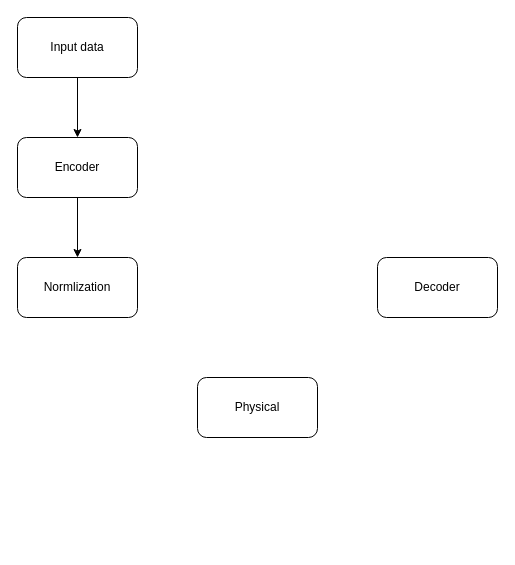
Earlier version of the draw.io diagram eric Diagram.drawio (eric693/helloworld). Source tidied: cells renumbered, new cells numbered last; positions are measured from the earlier drawing's top-left corner, leaving out a move shared by most shapes. Both pictures are drawn from the tidied source at 100%, with x=0, y=0 at pixel (17, 17).
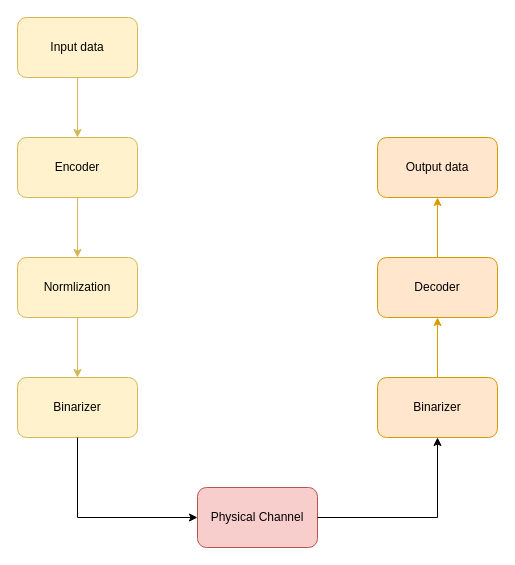
The same page after the edit.

Change to the diagram source:
```diff
@@
-    <mxCell id="2" style="edgeStyle=orthogonalEdgeStyle;rounded=0;jettySize=auto;html=1;" parent="1" edge="1" source="3" target="4">
+    <mxCell id="2" style="edgeStyle=orthogonalEdgeStyle;rounded=0;jettySize=auto;html=1;fillColor=#fff2cc;strokeColor=#d6b656;" parent="1" edge="1" source="3" target="4">
       <mxGeometry relative="1" as="geometry" />
     </mxCell>
-    <mxCell id="3" value="Encoder" style="rounded=1;whiteSpace=wrap;html=1;" parent="1" vertex="1">
+    <mxCell id="3" value="Encoder" style="rounded=1;whiteSpace=wrap;html=1;fillColor=#fff2cc;strokeColor=#d6b656;" parent="1" vertex="1">
       <mxGeometry y="120" width="120" height="60" as="geometry" />
     </mxCell>
+    <mxCell id="9" style="edgeStyle=orthogonalEdgeStyle;rounded=0;jettySize=auto;html=1;fillColor=#fff2cc;strokeColor=#d6b656;" parent="1" edge="1" source="4" target="11">
+      <mxGeometry relative="1" as="geometry" />
+    </mxCell>
-    <mxCell id="4" value="Normlization" style="rounded=1;whiteSpace=wrap;html=1;" parent="1" vertex="1">
+    <mxCell id="4" value="Normlization" style="rounded=1;whiteSpace=wrap;html=1;fillColor=#fff2cc;strokeColor=#d6b656;" parent="1" vertex="1">
       <mxGeometry y="240" width="120" height="60" as="geometry" />
     </mxCell>
-    <mxCell id="5" value="Physical" style="rounded=1;whiteSpace=wrap;html=1;" parent="1" vertex="1">
-      <mxGeometry x="180" y="360" width="120" height="60" as="geometry" />
+    <mxCell id="5" value="Physical Channel" style="rounded=1;whiteSpace=wrap;html=1;fillColor=#f8cecc;strokeColor=#b85450;" parent="1" vertex="1">
+      <mxGeometry x="180" y="470" width="120" height="60" as="geometry" />
     </mxCell>
+    <mxCell id="10" style="edgeStyle=orthogonalEdgeStyle;rounded=0;jettySize=auto;html=1;fillColor=#ffe6cc;strokeColor=#d79b00;" parent="1" edge="1" source="6" target="17">
+      <mxGeometry relative="1" as="geometry" />
+    </mxCell>
-    <mxCell id="6" value="Decoder" style="rounded=1;whiteSpace=wrap;html=1;" parent="1" vertex="1">
-      <mxGeometry x="360" y="240" width="120" height="60" as="geometry" />
+    <mxCell id="6" value="Binarizer" style="rounded=1;whiteSpace=wrap;html=1;fillColor=#ffe6cc;strokeColor=#d79b00;" parent="1" vertex="1">
+      <mxGeometry x="360" y="360" width="120" height="60" as="geometry" />
     </mxCell>
-    <mxCell id="7" style="edgeStyle=orthogonalEdgeStyle;rounded=0;jettySize=auto;html=1;" parent="1" edge="1" source="8" target="3">
+    <mxCell id="7" style="edgeStyle=orthogonalEdgeStyle;rounded=0;jettySize=auto;html=1;fillColor=#fff2cc;strokeColor=#d6b656;" parent="1" edge="1" source="8" target="3">
       <mxGeometry relative="1" as="geometry" />
     </mxCell>
-    <mxCell id="8" value="Input data" style="rounded=1;whiteSpace=wrap;html=1;" parent="1" vertex="1">
+    <mxCell id="8" value="Input data" style="rounded=1;whiteSpace=wrap;html=1;fillColor=#fff2cc;strokeColor=#d6b656;" parent="1" vertex="1">
       <mxGeometry width="120" height="60" as="geometry" />
     </mxCell>
+    <mxCell id="11" value="Binarizer" style="rounded=1;whiteSpace=wrap;html=1;fillColor=#fff2cc;strokeColor=#d6b656;" parent="1" vertex="1">
+      <mxGeometry y="360" width="120" height="60" as="geometry" />
+    </mxCell>
+    <mxCell id="12" style="endArrow=none;html=1;rounded=0;entryX=0.5;entryY=1;entryDx=0;entryDy=0;" parent="1" edge="1" target="11">
+      <mxGeometry relative="1" as="geometry">
+        <mxPoint x="60" y="500" as="sourcePoint" />
+      </mxGeometry>
+    </mxCell>
+    <mxCell id="13" style="endArrow=classic;html=1;rounded=0;entryX=0;entryY=0.5;entryDx=0;entryDy=0;" parent="1" edge="1" target="5">
+      <mxGeometry relative="1" as="geometry">
+        <mxPoint x="60" y="500" as="sourcePoint" />
+      </mxGeometry>
+    </mxCell>
+    <mxCell id="14" style="endArrow=none;html=1;rounded=0;exitX=1;exitY=0.5;exitDx=0;exitDy=0;" parent="1" edge="1" source="5">
+      <mxGeometry relative="1" as="geometry">
+        <mxPoint x="420" y="500" as="targetPoint" />
+      </mxGeometry>
+    </mxCell>
+    <mxCell id="15" style="endArrow=classic;html=1;rounded=0;" parent="1" edge="1" target="6">
+      <mxGeometry relative="1" as="geometry">
+        <mxPoint x="420" y="500" as="sourcePoint" />
+      </mxGeometry>
+    </mxCell>
+    <mxCell id="16" style="edgeStyle=orthogonalEdgeStyle;rounded=0;jettySize=auto;html=1;fillColor=#ffe6cc;strokeColor=#d79b00;" parent="1" edge="1" source="17" target="18">
+      <mxGeometry relative="1" as="geometry" />
+    </mxCell>
+    <mxCell id="17" value="Decoder" style="rounded=1;whiteSpace=wrap;html=1;fillColor=#ffe6cc;strokeColor=#d79b00;" parent="1" vertex="1">
+      <mxGeometry x="360" y="240" width="120" height="60" as="geometry" />
+    </mxCell>
+    <mxCell id="18" value="Output data" style="rounded=1;whiteSpace=wrap;html=1;fillColor=#ffe6cc;strokeColor=#d79b00;" parent="1" vertex="1">
+      <mxGeometry x="360" y="120" width="120" height="60" as="geometry" />
+    </mxCell>
```
